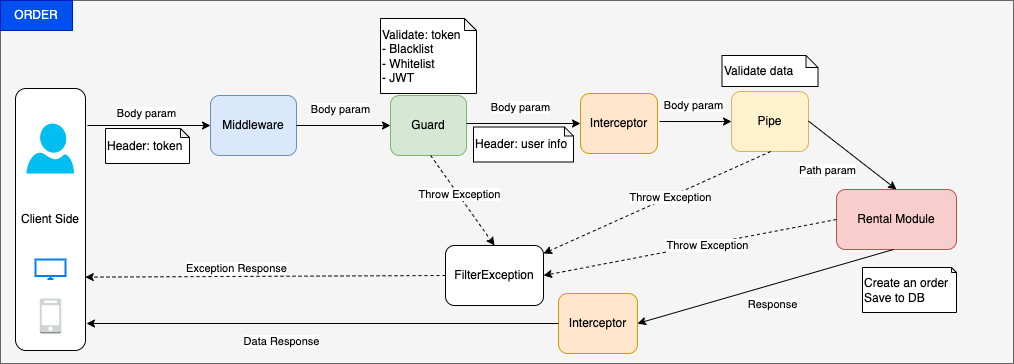
This is Order.drawio.png from vnbrew/quynd-car-rent-nestjs, a draw.io export, as it was before one commit. Source tidied: cells renumbered, new cells last; positions are measured from the earlier drawing's top-left corner, leaving out a move shared by most shapes.
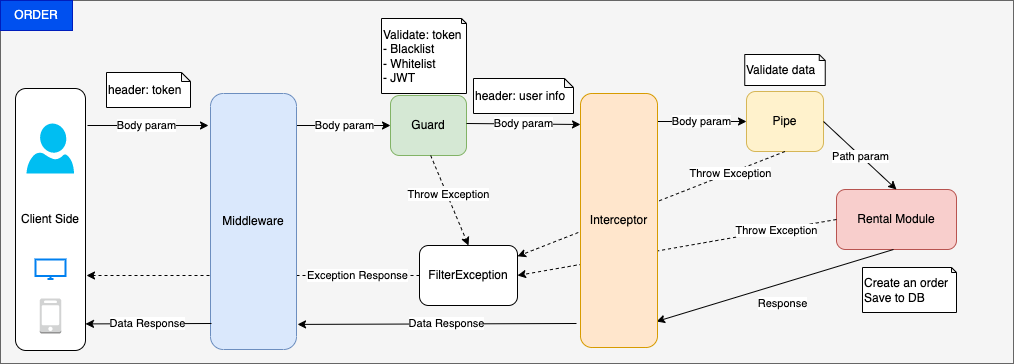
After the change.

The edit, as a diff of the source:
```diff
@@ -13,74 +13,61 @@
     <mxCell id="4" value="Client Side" style="rounded=1;whiteSpace=wrap;html=1;" parent="1" vertex="1">
       <mxGeometry x="15" y="89" width="70" height="262" as="geometry" />
     </mxCell>
-    <mxCell id="5" value="Body param" style="endArrow=classic;html=1;rounded=0;entryX=0;entryY=0.5;entryDx=0;entryDy=0;" parent="1" edge="1" target="6">
-      <mxGeometry x="-0.04" y="12" relative="1" as="geometry">
+    <mxCell id="5" value="Body param" style="endArrow=classic;html=1;rounded=0;" parent="1" edge="1">
+      <mxGeometry x="-0.02" relative="1" as="geometry">
         <mxPoint x="87" y="126" as="sourcePoint" />
+        <mxPoint x="208" y="126" as="targetPoint" />
       </mxGeometry>
     </mxCell>
-    <mxCell id="6" value="Middleware" style="rounded=1;whiteSpace=wrap;html=1;fillColor=#dae8fc;strokeColor=#6c8ebf;" parent="1" vertex="1">
-      <mxGeometry x="210" y="96" width="86" height="60" as="geometry" />
-    </mxCell>
     <mxCell id="7" value="Guard" style="rounded=1;whiteSpace=wrap;html=1;fillColor=#d5e8d4;strokeColor=#82b366;" parent="1" vertex="1">
       <mxGeometry x="390" y="96" width="76" height="60" as="geometry" />
     </mxCell>
-    <mxCell id="8" value="Body param" style="endArrow=classic;html=1;rounded=0;exitX=1;exitY=0.5;exitDx=0;exitDy=0;entryX=0;entryY=0.5;entryDx=0;entryDy=0;" parent="1" edge="1" source="6" target="7">
-      <mxGeometry x="-0.06" y="17" relative="1" as="geometry">
-        <mxPoint y="1" as="offset" />
-      </mxGeometry>
+    <mxCell id="8" value="Body param" style="endArrow=classic;html=1;rounded=0;exitX=1;exitY=0.125;exitDx=0;exitDy=0;entryX=0;entryY=0.5;entryDx=0;entryDy=0;exitPerimeter=0;" parent="1" edge="1" source="6" target="7">
+      <mxGeometry x="0.02" relative="1" as="geometry" />
     </mxCell>
-    <mxCell id="9" value="Interceptor" style="rounded=1;whiteSpace=wrap;html=1;fillColor=#ffe6cc;strokeColor=#d79b00;" parent="1" vertex="1">
-      <mxGeometry x="580" y="94" width="77" height="60" as="geometry" />
-    </mxCell>
-    <mxCell id="10" value="Body param" style="endArrow=classic;html=1;rounded=0;exitX=1;exitY=0.5;exitDx=0;exitDy=0;entryX=0;entryY=0.5;entryDx=0;entryDy=0;" parent="1" edge="1" target="9">
-      <mxGeometry x="-0.06" y="17" relative="1" as="geometry">
+    <mxCell id="10" value="Body param" style="endArrow=classic;html=1;rounded=0;exitX=1;exitY=0.5;exitDx=0;exitDy=0;entryX=0;entryY=0.122;entryDx=0;entryDy=0;entryPerimeter=0;" parent="1" edge="1" target="9">
+      <mxGeometry relative="1" as="geometry">
         <mxPoint x="466" y="124" as="sourcePoint" />
-        <mxPoint y="1" as="offset" />
       </mxGeometry>
     </mxCell>
     <mxCell id="11" value="Pipe" style="rounded=1;whiteSpace=wrap;html=1;fillColor=#fff2cc;strokeColor=#d6b656;" parent="1" vertex="1">
-      <mxGeometry x="731" y="92" width="77" height="60" as="geometry" />
+      <mxGeometry x="746" y="92" width="77" height="60" as="geometry" />
     </mxCell>
     <mxCell id="12" value="Body param" style="endArrow=classic;html=1;rounded=0;entryX=0;entryY=0.5;entryDx=0;entryDy=0;" parent="1" edge="1" target="11">
-      <mxGeometry x="-0.06" y="17" relative="1" as="geometry">
-        <mxPoint x="659" y="122" as="sourcePoint" />
-        <mxPoint y="1" as="offset" />
+      <mxGeometry relative="1" as="geometry">
+        <mxPoint x="656" y="122" as="sourcePoint" />
       </mxGeometry>
     </mxCell>
     <mxCell id="13" value="Rental Module" style="rounded=1;whiteSpace=wrap;html=1;fillColor=#f8cecc;strokeColor=#b85450;" parent="1" vertex="1">
       <mxGeometry x="836" y="190" width="120" height="60" as="geometry" />
     </mxCell>
-    <mxCell id="14" value="Interceptor" style="rounded=1;whiteSpace=wrap;html=1;fillColor=#ffe6cc;strokeColor=#d79b00;" parent="1" vertex="1">
-      <mxGeometry x="558" y="294" width="79" height="60" as="geometry" />
-    </mxCell>
-    <mxCell id="15" value="Path param" style="endArrow=classic;html=1;rounded=0;exitX=1;exitY=0.5;exitDx=0;exitDy=0;entryX=0.5;entryY=0;entryDx=0;entryDy=0;" parent="1" edge="1" target="13">
-      <mxGeometry x="-0.19" y="-27" relative="1" as="geometry">
-        <mxPoint x="808" y="121.6" as="sourcePoint" />
-      </mxGeometry>
+    <mxCell id="15" value="Path param" style="endArrow=classic;html=1;rounded=0;exitX=1;exitY=0.5;exitDx=0;exitDy=0;entryX=0.5;entryY=0;entryDx=0;entryDy=0;" parent="1" edge="1" source="11" target="13">
+      <mxGeometry x="0.02" relative="1" as="geometry" />
     </mxCell>
-    <mxCell id="16" value="Response" style="endArrow=classic;html=1;rounded=0;exitX=1;exitY=0.5;exitDx=0;exitDy=0;entryX=1;entryY=0.5;entryDx=0;entryDy=0;" parent="1" edge="1" target="14">
+    <mxCell id="16" value="Response" style="endArrow=classic;html=1;rounded=0;exitX=1;exitY=0.5;exitDx=0;exitDy=0;" parent="1" edge="1">
       <mxGeometry x="-0.02" y="19" relative="1" as="geometry">
         <mxPoint x="893" y="250" as="sourcePoint" />
+        <mxPoint x="656" y="322" as="targetPoint" />
       </mxGeometry>
     </mxCell>
     <mxCell id="17" value="FilterException" style="rounded=1;whiteSpace=wrap;html=1;" parent="1" vertex="1">
-      <mxGeometry x="445" y="246" width="98" height="60" as="geometry" />
+      <mxGeometry x="419" y="246" width="98" height="60" as="geometry" />
     </mxCell>
-    <mxCell id="18" value="Data Response" style="endArrow=classic;html=1;rounded=0;exitX=0;exitY=0.5;exitDx=0;exitDy=0;" parent="1" edge="1" source="14">
-      <mxGeometry x="0.17" y="18" relative="1" as="geometry">
-        <mxPoint x="86" y="324" as="targetPoint" />
+    <mxCell id="18" value="Data Response" style="endArrow=classic;html=1;rounded=0;exitX=0;exitY=0.5;exitDx=0;exitDy=0;entryX=1.012;entryY=0.902;entryDx=0;entryDy=0;entryPerimeter=0;" parent="1" edge="1" target="6">
+      <mxGeometry x="-0.07" relative="1" as="geometry">
+        <mxPoint x="576" y="324" as="sourcePoint" />
       </mxGeometry>
     </mxCell>
-    <mxCell id="19" value="Exception Response" style="endArrow=classic;html=1;rounded=0;dashed=1;exitX=0;exitY=0.5;exitDx=0;exitDy=0;entryX=0.997;entryY=0.72;entryDx=0;entryDy=0;entryPerimeter=0;" parent="1" edge="1" source="17" target="4">
-      <mxGeometry x="0.16" y="-8" relative="1" as="geometry" />
+    <mxCell id="19" value="Exception Response" style="endArrow=classic;html=1;rounded=0;dashed=1;exitX=0;exitY=0.5;exitDx=0;exitDy=0;" parent="1" edge="1" source="17">
+      <mxGeometry x="-0.63" relative="1" as="geometry">
+        <mxPoint x="86" y="276" as="targetPoint" />
+      </mxGeometry>
     </mxCell>
-    <mxCell id="20" value="Throw Exception" style="endArrow=classic;html=1;rounded=0;dashed=1;exitX=0.5;exitY=1;exitDx=0;exitDy=0;" parent="1" edge="1" target="17">
-      <mxGeometry x="-0.11" y="1" relative="1" as="geometry">
-        <mxPoint x="770.2" y="152" as="sourcePoint" />
-      </mxGeometry>
+    <mxCell id="20" value="Throw Exception" style="endArrow=classic;html=1;rounded=0;dashed=1;exitX=0.5;exitY=1;exitDx=0;exitDy=0;" parent="1" edge="1" source="11" target="17">
+      <mxGeometry x="-0.59" relative="1" as="geometry" />
     </mxCell>
     <mxCell id="21" value="Throw Exception" style="endArrow=classic;html=1;rounded=0;dashed=1;exitX=0;exitY=0.5;exitDx=0;exitDy=0;entryX=1;entryY=0.5;entryDx=0;entryDy=0;" parent="1" edge="1" source="13" target="17">
-      <mxGeometry x="-0.11" y="1" relative="1" as="geometry" />
+      <mxGeometry x="-0.62" relative="1" as="geometry" />
     </mxCell>
     <mxCell id="22" style="verticalLabelPosition=bottom;html=1;verticalAlign=top;align=center;strokeColor=none;fillColor=#00BEF2;shape=mxgraph.azure.user;" parent="1" vertex="1">
       <mxGeometry x="26" y="124" width="47.5" height="50" as="geometry" />
@@ -97,22 +84,34 @@
     <mxCell id="26" value="Create an order&lt;br&gt;Save to DB" style="shape=note;whiteSpace=wrap;html=1;backgroundOutline=1;darkOpacity=0.05;align=left;size=5;" parent="1" vertex="1">
       <mxGeometry x="862" y="268" width="94" height="45" as="geometry" />
     </mxCell>
-    <mxCell id="27" value="Header: token" style="shape=note;whiteSpace=wrap;html=1;backgroundOutline=1;darkOpacity=0.05;align=left;size=9;" parent="1" vertex="1">
-      <mxGeometry x="105" y="129" width="84" height="35" as="geometry" />
+    <mxCell id="27" value="header: token" style="shape=note;whiteSpace=wrap;html=1;backgroundOutline=1;darkOpacity=0.05;align=left;size=9;" parent="1" vertex="1">
+      <mxGeometry x="106" y="73" width="84" height="35" as="geometry" />
     </mxCell>
-    <mxCell id="28" value="Validate: token&lt;br&gt;- Blacklist&lt;br&gt;- Whitelist&lt;br&gt;- JWT" style="shape=note;whiteSpace=wrap;html=1;backgroundOutline=1;darkOpacity=0.05;align=left;size=12;" parent="1" vertex="1">
-      <mxGeometry x="380" y="19" width="96" height="75" as="geometry" />
+    <mxCell id="28" value="Validate: token&lt;br&gt;- Blacklist&lt;br&gt;- Whitelist&lt;br&gt;- JWT" style="shape=note;whiteSpace=wrap;html=1;backgroundOutline=1;darkOpacity=0.05;align=left;size=5;" parent="1" vertex="1">
+      <mxGeometry x="381" y="19" width="85" height="75" as="geometry" />
     </mxCell>
-    <mxCell id="29" value="Header: user info" style="shape=note;whiteSpace=wrap;html=1;backgroundOutline=1;darkOpacity=0.05;align=left;size=9;" parent="1" vertex="1">
-      <mxGeometry x="473" y="127.5" width="100" height="35" as="geometry" />
+    <mxCell id="29" value="header: user info" style="shape=note;whiteSpace=wrap;html=1;backgroundOutline=1;darkOpacity=0.05;align=left;size=9;" parent="1" vertex="1">
+      <mxGeometry x="473" y="79" width="100" height="35" as="geometry" />
     </mxCell>
     <mxCell id="30" value="Throw Exception" style="endArrow=classic;html=1;rounded=0;dashed=1;exitX=0.5;exitY=1;exitDx=0;exitDy=0;entryX=0.5;entryY=0;entryDx=0;entryDy=0;" parent="1" edge="1" target="17">
       <mxGeometry x="-0.11" y="1" relative="1" as="geometry">
         <mxPoint x="430.2" y="156" as="sourcePoint" />
       </mxGeometry>
     </mxCell>
-    <mxCell id="31" value="Validate data" style="shape=note;whiteSpace=wrap;html=1;backgroundOutline=1;darkOpacity=0.05;align=left;size=12;" parent="1" vertex="1">
-      <mxGeometry x="721.5" y="56" width="96" height="31" as="geometry" />
+    <mxCell id="31" value="Validate data" style="shape=note;whiteSpace=wrap;html=1;backgroundOutline=1;darkOpacity=0.05;align=left;size=6;" parent="1" vertex="1">
+      <mxGeometry x="744.2" y="55" width="80.5" height="31" as="geometry" />
     </mxCell>
+    <mxCell id="6" value="Middleware" style="rounded=1;whiteSpace=wrap;html=1;fillColor=#dae8fc;strokeColor=#6c8ebf;" parent="1" vertex="1">
+      <mxGeometry x="210" y="94" width="86" height="256" as="geometry" />
+    </mxCell>
+    <mxCell id="32" value="Data Response" style="endArrow=classic;html=1;rounded=0;entryX=1.012;entryY=0.902;entryDx=0;entryDy=0;entryPerimeter=0;" parent="1" edge="1">
+      <mxGeometry x="0.02" relative="1" as="geometry">
+        <mxPoint x="211" y="324" as="sourcePoint" />
+        <mxPoint x="85" y="324.4" as="targetPoint" />
+      </mxGeometry>
+    </mxCell>
+    <mxCell id="9" value="Interceptor" style="rounded=1;whiteSpace=wrap;html=1;fillColor=#ffe6cc;strokeColor=#d79b00;" parent="1" vertex="1">
+      <mxGeometry x="580" y="94" width="77" height="254" as="geometry" />
+    </mxCell>
   </root>
 </mxGraphModel>
```
